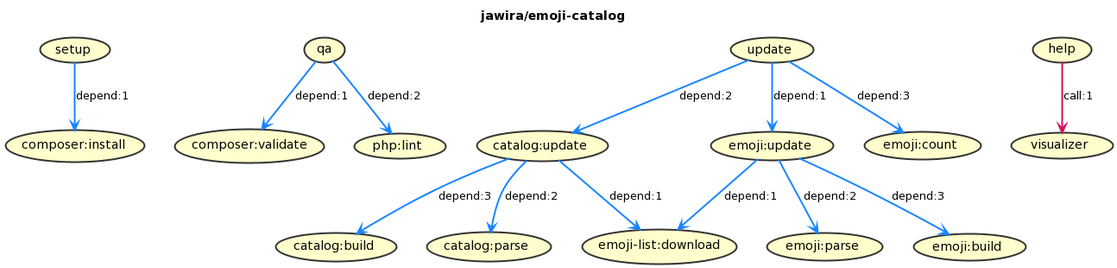
Before: build.png, a diagram exported from PlantUML (jawira/emoji-catalog).
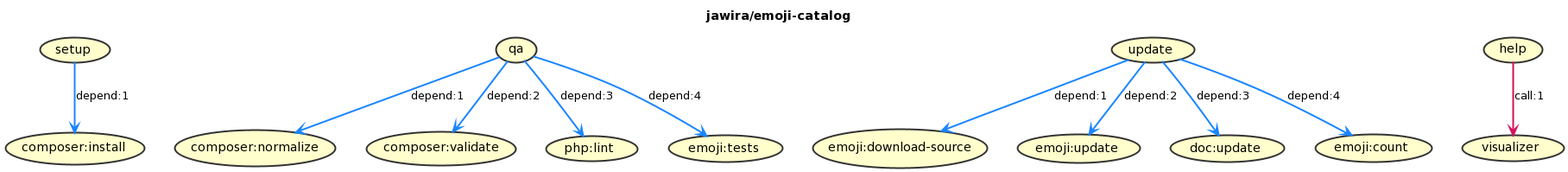
The same diagram one commit later.

Change to the diagram source:
```diff
@@ -15,32 +15,27 @@
 
 
 (setup) -[#1A85FF]-> (composer:install) : depend:1
-(qa) -[#1A85FF]-> (composer:validate) : depend:1
-(qa) -[#1A85FF]-> (php:lint) : depend:2
-(update) -[#1A85FF]-> (emoji:update) : depend:1
-(update) -[#1A85FF]-> (catalog:update) : depend:2
-(update) -[#1A85FF]-> (emoji:count) : depend:3
-(emoji:update) -[#1A85FF]-> (emoji-list:download) : depend:1
-(emoji:update) -[#1A85FF]-> (emoji:parse) : depend:2
-(emoji:update) -[#1A85FF]-> (emoji:build) : depend:3
-(catalog:update) -[#1A85FF]-> (emoji-list:download) : depend:1
-(catalog:update) -[#1A85FF]-> (catalog:parse) : depend:2
-(catalog:update) -[#1A85FF]-> (catalog:build) : depend:3
+(qa) -[#1A85FF]-> (composer:normalize) : depend:1
+(qa) -[#1A85FF]-> (composer:validate) : depend:2
+(qa) -[#1A85FF]-> (php:lint) : depend:3
+(qa) -[#1A85FF]-> (emoji:tests) : depend:4
+(update) -[#1A85FF]-> (emoji:download-source) : depend:1
+(update) -[#1A85FF]-> (emoji:update) : depend:2
+(update) -[#1A85FF]-> (doc:update) : depend:3
+(update) -[#1A85FF]-> (emoji:count) : depend:4
 (help) -[#D41159]-> (visualizer) : call:1
 (setup)
 (qa)
 (update)
-(emoji:update)
-(catalog:update)
 (composer:validate)
 (visualizer)
 (composer:install)
-(emoji-list:download)
-(emoji:parse)
-(emoji:build)
-(catalog:parse)
-(catalog:build)
+(composer:normalize)
+(emoji:download-source)
+(emoji:update)
+(doc:update)
 (php:lint)
+(emoji:tests)
 (emoji:count)
 (help)
 (visualizer)
```
